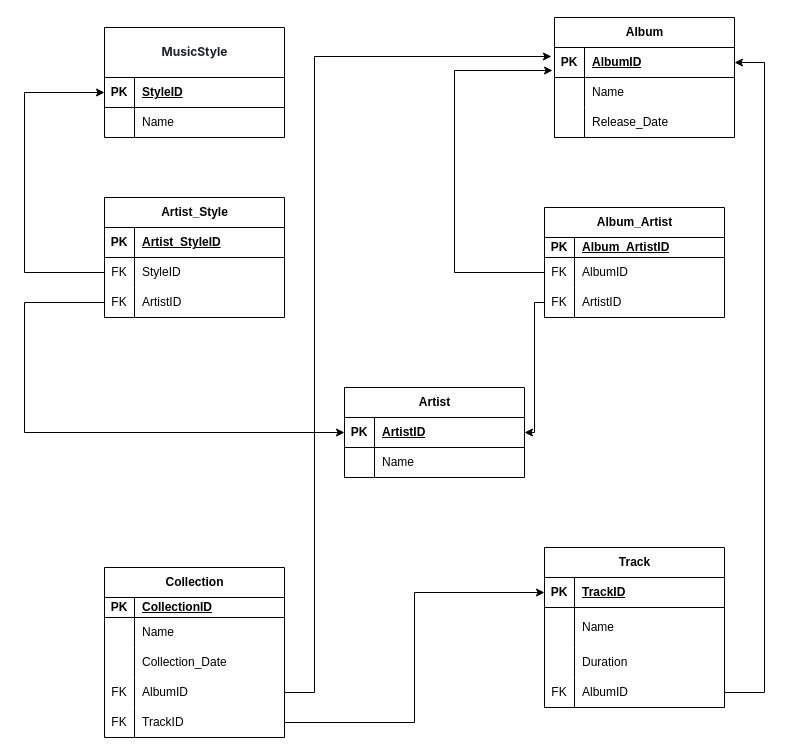
Above: Диаграмма без названия.drawio in Maxick72/DB_for_python (draw.io), before the change. Source tidied: cells renumbered, new cells numbered last; positions are measured from the earlier drawing's top-left corner, leaving out a move shared by most shapes. Both pictures are drawn from the tidied source at 100%, with x=0, y=0 at pixel (24, 17).
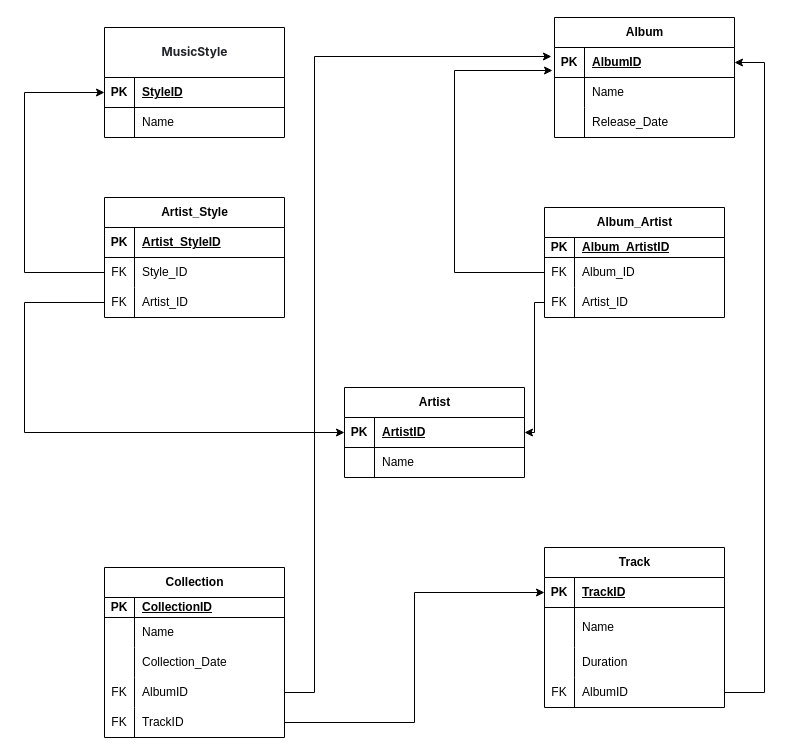
The same diagram, later.

Commit message (it also covers changes not shown here):
full modification homework #2 PNG and drawio

The change refers to these unchanged cells:
```xml
<mxCell id="59" style="shape=tableRow;horizontal=0;startSize=0;swimlaneHead=0;swimlaneBody=0;fillColor=none;points=[[0,0.5],[1,0.5]];portConstraint=eastwest;top=0;left=0;right=0;bottom=0;" parent="55" vertex="1">
  <mxGeometry y="60" width="180" height="30" as="geometry" />
</mxCell>
<mxCell id="62" style="shape=tableRow;horizontal=0;startSize=0;swimlaneHead=0;swimlaneBody=0;fillColor=none;points=[[0,0.5],[1,0.5]];portConstraint=eastwest;top=0;left=0;right=0;bottom=0;" parent="55" vertex="1">
  <mxGeometry y="90" width="180" height="30" as="geometry" />
</mxCell>
<mxCell id="69" style="shape=tableRow;horizontal=0;startSize=0;swimlaneHead=0;swimlaneBody=0;fillColor=none;points=[[0,0.5],[1,0.5]];portConstraint=eastwest;top=0;left=0;right=0;bottom=0;" parent="65" vertex="1">
  <mxGeometry y="50" width="180" height="30" as="geometry" />
</mxCell>
<mxCell id="72" style="shape=tableRow;horizontal=0;startSize=0;swimlaneHead=0;swimlaneBody=0;fillColor=none;points=[[0,0.5],[1,0.5]];portConstraint=eastwest;top=0;left=0;right=0;bottom=0;" parent="65" vertex="1">
  <mxGeometry y="80" width="180" height="30" as="geometry" />
</mxCell>
```

Change to the diagram source:
```diff
@@
-    <mxCell id="61" value="StyleID&amp;nbsp;" style="shape=partialRectangle;fillColor=none;top=0;left=0;bottom=0;right=0;align=left;spacingLeft=6;overflow=hidden;whiteSpace=wrap;html=1;" parent="59" vertex="1">
+    <mxCell id="61" value="Style_ID&amp;nbsp;" style="shape=partialRectangle;fillColor=none;top=0;left=0;bottom=0;right=0;align=left;spacingLeft=6;overflow=hidden;whiteSpace=wrap;html=1;" parent="59" vertex="1">
       <mxGeometry x="30" width="150" height="30" as="geometry" />
     </mxCell>
@@
-    <mxCell id="64" value="ArtistID" style="shape=partialRectangle;fillColor=none;top=0;left=0;bottom=0;right=0;align=left;spacingLeft=6;overflow=hidden;whiteSpace=wrap;html=1;" parent="62" vertex="1">
+    <mxCell id="64" value="Artist_ID" style="shape=partialRectangle;fillColor=none;top=0;left=0;bottom=0;right=0;align=left;spacingLeft=6;overflow=hidden;whiteSpace=wrap;html=1;" parent="62" vertex="1">
       <mxGeometry x="30" width="150" height="30" as="geometry" />
     </mxCell>
@@
-    <mxCell id="71" value="AlbumID" style="shape=partialRectangle;fillColor=none;top=0;left=0;bottom=0;right=0;align=left;spacingLeft=6;overflow=hidden;whiteSpace=wrap;html=1;" parent="69" vertex="1">
+    <mxCell id="71" value="Album_ID" style="shape=partialRectangle;fillColor=none;top=0;left=0;bottom=0;right=0;align=left;spacingLeft=6;overflow=hidden;whiteSpace=wrap;html=1;" parent="69" vertex="1">
       <mxGeometry x="30" width="150" height="30" as="geometry" />
     </mxCell>
@@
-    <mxCell id="74" value="ArtistID" style="shape=partialRectangle;fillColor=none;top=0;left=0;bottom=0;right=0;align=left;spacingLeft=6;overflow=hidden;whiteSpace=wrap;html=1;" parent="72" vertex="1">
+    <mxCell id="74" value="Artist_ID" style="shape=partialRectangle;fillColor=none;top=0;left=0;bottom=0;right=0;align=left;spacingLeft=6;overflow=hidden;whiteSpace=wrap;html=1;" parent="72" vertex="1">
       <mxGeometry x="30" width="150" height="30" as="geometry" />
     </mxCell>
```
